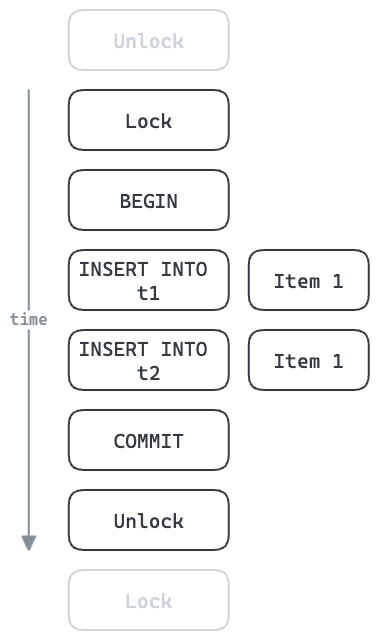
Before: docs/images/example-unbatched.png, a diagram exported from Excalidraw (ThomWright/batch-aint-one). Source tidied: one line per element, renumbered; positions are measured from the earlier drawing's top-left corner, leaving out a move shared by most shapes.
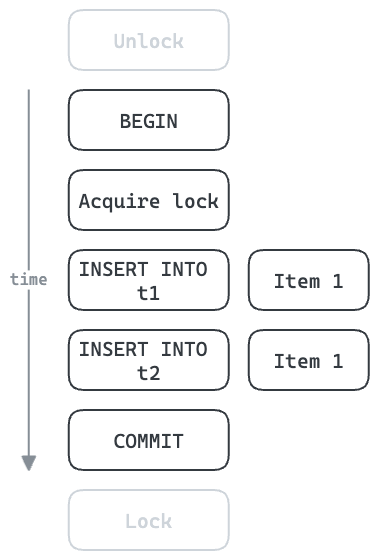
The same file after the commit.

The edit, as a diff of the source:
```diff
@@ -1,22 +1,20 @@
-{"id": 0, "type": "rectangle", "strokeColor": "#343a40", "backgroundColor": "white", "fillStyle": "solid", "strokeWidth": 2, "roughness": 0, "round": true, "x": 59, "y": 80, "width": 160, "height": 60}
-{"id": 1, "type": "text", "text": "Lock", "strokeColor": "#343a40", "backgroundColor": "white", "fillStyle": "solid", "strokeWidth": 2, "roughness": 0, "fontSize": 20, "fontFamily": 3, "textAlign": "center", "verticalAlign": "middle", "inside": 0, "x": 115, "y": 98, "width": 47, "height": 24}
-{"id": 2, "type": "rectangle", "strokeColor": "#343a40", "backgroundColor": "white", "fillStyle": "solid", "strokeWidth": 2, "roughness": 0, "round": true, "x": 59, "y": 160, "width": 160, "height": 60}
+{"id": 22, "type": "rectangle", "strokeColor": "#343a40", "backgroundColor": "white", "fillStyle": "solid", "strokeWidth": 2, "roughness": 0, "round": true, "x": 59, "y": 80, "width": 160, "height": 60}
-{"id": 3, "type": "text", "text": "BEGIN", "strokeColor": "#343a40", "backgroundColor": "white", "fillStyle": "solid", "strokeWidth": 2, "roughness": 0, "fontSize": 20, "fontFamily": 3, "textAlign": "center", "verticalAlign": "middle", "inside": 2, "x": 109, "y": 178, "width": 59, "height": 24}
+{"id": 3, "type": "text", "text": "BEGIN", "strokeColor": "#343a40", "backgroundColor": "white", "fillStyle": "solid", "strokeWidth": 2, "roughness": 0, "fontSize": 20, "fontFamily": 3, "textAlign": "center", "verticalAlign": "middle", "inside": 22, "x": 109, "y": 98, "width": 59, "height": 24}
-{"id": 4, "type": "rectangle", "strokeColor": "#343a40", "backgroundColor": "white", "fillStyle": "solid", "strokeWidth": 2, "roughness": 0, "round": true, "x": 59, "y": 240, "width": 160, "height": 60}
+{"id": 23, "type": "rectangle", "strokeColor": "#343a40", "backgroundColor": "white", "fillStyle": "solid", "strokeWidth": 2, "roughness": 0, "round": true, "x": 59, "y": 240, "width": 160, "height": 60}
-{"id": 5, "type": "text", "text": "INSERT INTO \nt1", "strokeColor": "#343a40", "backgroundColor": "white", "fillStyle": "solid", "strokeWidth": 2, "roughness": 0, "fontSize": 20, "fontFamily": 3, "textAlign": "center", "verticalAlign": "middle", "inside": 4, "x": 68, "y": 246, "width": 141, "height": 48}
+{"id": 5, "type": "text", "text": "INSERT INTO \nt1", "strokeColor": "#343a40", "backgroundColor": "white", "fillStyle": "solid", "strokeWidth": 2, "roughness": 0, "fontSize": 20, "fontFamily": 3, "textAlign": "center", "verticalAlign": "middle", "inside": 23, "x": 68, "y": 246, "width": 141, "height": 48}
-{"id": 6, "type": "rectangle", "strokeColor": "#343a40", "backgroundColor": "white", "fillStyle": "solid", "strokeWidth": 2, "roughness": 0, "round": true, "x": 59, "y": 320, "width": 160, "height": 60}
+{"id": 24, "type": "rectangle", "strokeColor": "#343a40", "backgroundColor": "white", "fillStyle": "solid", "strokeWidth": 2, "roughness": 0, "round": true, "x": 59, "y": 320, "width": 160, "height": 60}
-{"id": 7, "type": "text", "text": "INSERT INTO \nt2", "strokeColor": "#343a40", "backgroundColor": "white", "fillStyle": "solid", "strokeWidth": 2, "roughness": 0, "fontSize": 20, "fontFamily": 3, "textAlign": "center", "verticalAlign": "middle", "inside": 6, "x": 68, "y": 326, "width": 141, "height": 48}
+{"id": 7, "type": "text", "text": "INSERT INTO \nt2", "strokeColor": "#343a40", "backgroundColor": "white", "fillStyle": "solid", "strokeWidth": 2, "roughness": 0, "fontSize": 20, "fontFamily": 3, "textAlign": "center", "verticalAlign": "middle", "inside": 24, "x": 68, "y": 326, "width": 141, "height": 48}
-{"id": 8, "type": "rectangle", "strokeColor": "#343a40", "backgroundColor": "white", "fillStyle": "solid", "strokeWidth": 2, "roughness": 0, "round": true, "x": 59, "y": 400, "width": 160, "height": 60}
+{"id": 25, "type": "rectangle", "strokeColor": "#343a40", "backgroundColor": "white", "fillStyle": "solid", "strokeWidth": 2, "roughness": 0, "round": true, "x": 59, "y": 400, "width": 160, "height": 60}
-{"id": 9, "type": "text", "text": "COMMIT", "strokeColor": "#343a40", "backgroundColor": "white", "fillStyle": "solid", "strokeWidth": 2, "roughness": 0, "fontSize": 20, "fontFamily": 3, "textAlign": "center", "verticalAlign": "middle", "inside": 8, "x": 104, "y": 418, "width": 70, "height": 24}
+{"id": 9, "type": "text", "text": "COMMIT", "strokeColor": "#343a40", "backgroundColor": "white", "fillStyle": "solid", "strokeWidth": 2, "roughness": 0, "fontSize": 20, "fontFamily": 3, "textAlign": "center", "verticalAlign": "middle", "inside": 25, "x": 104, "y": 418, "width": 70, "height": 24}
-{"id": 10, "type": "rectangle", "strokeColor": "#343a40", "backgroundColor": "white", "fillStyle": "solid", "strokeWidth": 2, "roughness": 0, "round": true, "x": 59, "y": 480, "width": 160, "height": 60}
-{"id": 11, "type": "text", "text": "Unlock", "strokeColor": "#343a40", "backgroundColor": "white", "fillStyle": "solid", "strokeWidth": 2, "roughness": 0, "fontSize": 20, "fontFamily": 3, "textAlign": "center", "verticalAlign": "middle", "inside": 10, "x": 104, "y": 498, "width": 70, "height": 24}
-{"id": 12, "type": "rectangle", "strokeColor": "#343a40", "backgroundColor": "white", "fillStyle": "solid", "strokeWidth": 2, "roughness": 0, "round": true, "x": 239, "y": 240, "width": 120, "height": 60}
-{"id": 13, "type": "text", "text": "Item 1", "strokeColor": "#343a40", "backgroundColor": "white", "fillStyle": "solid", "strokeWidth": 2, "roughness": 0, "fontSize": 20, "fontFamily": 3, "textAlign": "center", "verticalAlign": "middle", "inside": 12, "x": 264, "y": 258, "width": 70, "height": 24}
-{"id": 14, "type": "rectangle", "strokeColor": "#343a40", "backgroundColor": "white", "fillStyle": "solid", "strokeWidth": 2, "roughness": 0, "round": true, "x": 239, "y": 320, "width": 120, "height": 60}
-{"id": 15, "type": "text", "text": "Item 1", "strokeColor": "#343a40", "backgroundColor": "white", "fillStyle": "solid", "strokeWidth": 2, "roughness": 0, "fontSize": 20, "fontFamily": 3, "textAlign": "center", "verticalAlign": "middle", "inside": 14, "x": 264, "y": 338, "width": 70, "height": 24}
-{"id": 16, "type": "arrow", "strokeColor": "#868e96", "backgroundColor": "white", "fillStyle": "solid", "strokeWidth": 2, "roughness": 0, "endArrowhead": "triangle", "round": true, "x": 19, "y": 80, "width": 0, "height": 460, "points": [[0, 0], [0, 460]]}
+{"id": 26, "type": "rectangle", "strokeColor": "#343a40", "backgroundColor": "white", "fillStyle": "solid", "strokeWidth": 2, "roughness": 0, "round": true, "x": 239, "y": 240, "width": 120, "height": 60}
+{"id": 27, "type": "text", "text": "Item 1", "strokeColor": "#343a40", "backgroundColor": "white", "fillStyle": "solid", "strokeWidth": 2, "roughness": 0, "fontSize": 20, "fontFamily": 3, "textAlign": "center", "verticalAlign": "middle", "inside": 26, "x": 264, "y": 258, "width": 70, "height": 24}
+{"id": 28, "type": "rectangle", "strokeColor": "#343a40", "backgroundColor": "white", "fillStyle": "solid", "strokeWidth": 2, "roughness": 0, "round": true, "x": 239, "y": 320, "width": 120, "height": 60}
+{"id": 29, "type": "text", "text": "Item 1", "strokeColor": "#343a40", "backgroundColor": "white", "fillStyle": "solid", "strokeWidth": 2, "roughness": 0, "fontSize": 20, "fontFamily": 3, "textAlign": "center", "verticalAlign": "middle", "inside": 28, "x": 264, "y": 338, "width": 70, "height": 24}
+{"id": 30, "type": "arrow", "strokeColor": "#868e96", "backgroundColor": "white", "fillStyle": "solid", "strokeWidth": 2, "roughness": 0, "endArrowhead": "triangle", "round": true, "x": 19, "y": 80, "width": 0, "height": 380, "points": [[0, 0], [0, 380]]}
-{"id": 17, "type": "text", "text": "time", "strokeColor": "#868e96", "backgroundColor": "white", "fillStyle": "solid", "strokeWidth": 2, "roughness": 0, "fontSize": 16, "fontFamily": 3, "textAlign": "center", "verticalAlign": "middle", "inside": 16, "x": 0, "y": 300, "width": 38, "height": 19}
+{"id": 17, "type": "text", "text": "time", "strokeColor": "#868e96", "backgroundColor": "white", "fillStyle": "solid", "strokeWidth": 2, "roughness": 0, "fontSize": 16, "fontFamily": 3, "textAlign": "center", "verticalAlign": "middle", "inside": 30, "x": 40, "y": 260, "width": 38, "height": 19}
-{"id": 18, "type": "rectangle", "strokeColor": "#ced4da", "backgroundColor": "white", "fillStyle": "solid", "strokeWidth": 2, "roughness": 0, "round": true, "x": 59, "y": 560, "width": 160, "height": 60}
-{"id": 19, "type": "text", "text": "Lock", "strokeColor": "#ced4da", "backgroundColor": "white", "fillStyle": "solid", "strokeWidth": 2, "roughness": 0, "fontSize": 20, "fontFamily": 3, "textAlign": "center", "verticalAlign": "middle", "inside": 18, "x": 115, "y": 578, "width": 47, "height": 24}
-{"id": 20, "type": "rectangle", "strokeColor": "#ced4da", "backgroundColor": "white", "fillStyle": "solid", "strokeWidth": 2, "roughness": 0, "round": true, "x": 59, "y": 0, "width": 160, "height": 60}
-{"id": 21, "type": "text", "text": "Unlock", "strokeColor": "#ced4da", "backgroundColor": "white", "fillStyle": "solid", "strokeWidth": 2, "roughness": 0, "fontSize": 20, "fontFamily": 3, "textAlign": "center", "verticalAlign": "middle", "inside": 20, "x": 104, "y": 18, "width": 70, "height": 24}
+{"id": 31, "type": "rectangle", "strokeColor": "#ced4da", "backgroundColor": "white", "fillStyle": "solid", "strokeWidth": 2, "roughness": 0, "round": true, "x": 59, "y": 480, "width": 160, "height": 60}
+{"id": 32, "type": "text", "text": "Lock", "strokeColor": "#ced4da", "backgroundColor": "white", "fillStyle": "solid", "strokeWidth": 2, "roughness": 0, "fontSize": 20, "fontFamily": 3, "textAlign": "center", "verticalAlign": "middle", "inside": 31, "x": 115, "y": 498, "width": 47, "height": 24}
+{"id": 33, "type": "rectangle", "strokeColor": "#ced4da", "backgroundColor": "white", "fillStyle": "solid", "strokeWidth": 2, "roughness": 0, "round": true, "x": 59, "y": 0, "width": 160, "height": 60}
+{"id": 34, "type": "text", "text": "Unlock", "strokeColor": "#ced4da", "backgroundColor": "white", "fillStyle": "solid", "strokeWidth": 2, "roughness": 0, "fontSize": 20, "fontFamily": 3, "textAlign": "center", "verticalAlign": "middle", "inside": 33, "x": 104, "y": 18, "width": 70, "height": 24}
+{"id": 35, "type": "rectangle", "strokeColor": "#343a40", "backgroundColor": "white", "fillStyle": "solid", "strokeWidth": 2, "roughness": 0, "round": true, "x": 59, "y": 160, "width": 160, "height": 60}
+{"id": 36, "type": "text", "text": "Acquire lock", "strokeColor": "#343a40", "backgroundColor": "white", "fillStyle": "solid", "strokeWidth": 2, "roughness": 0, "fontSize": 20, "fontFamily": 3, "textAlign": "center", "verticalAlign": "middle", "inside": 35, "x": 68, "y": 178, "width": 141, "height": 24}
```
